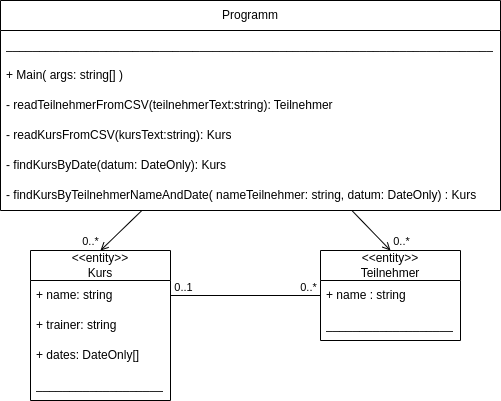
starwit-trainings/csharp-basics keeps this draw.io diagram as imgs/OO-concepts-kursmanager.drawio.png. Above is the earlier version. Source tidied: cells renumbered, new cells last; positions are measured from the earlier drawing's top-left corner, leaving out a move shared by most shapes.
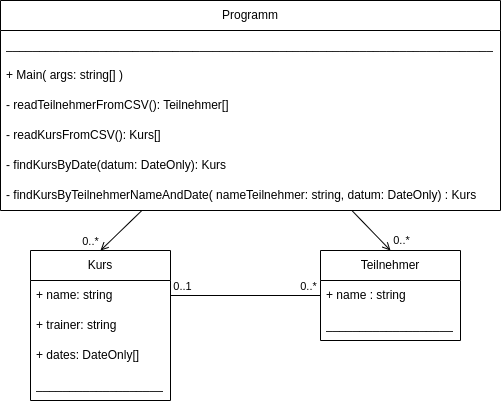
Above is the later version.

What changed in the source:
```diff
@@ -2,7 +2,7 @@
   <root>
     <mxCell id="0" />
     <mxCell id="1" parent="0" />
-    <mxCell id="2" value="&amp;lt;&amp;lt;entity&amp;gt;&amp;gt;&lt;br&gt;Teilnehmer" style="swimlane;fontStyle=0;horizontal=1;startSize=30;whiteSpace=wrap;html=1;" parent="1" vertex="1">
+    <mxCell id="2" value="Teilnehmer" style="swimlane;fontStyle=0;horizontal=1;startSize=30;whiteSpace=wrap;html=1;" parent="1" vertex="1">
       <mxGeometry x="320" y="250" width="140" height="90" as="geometry" />
     </mxCell>
     <mxCell id="3" value="+ name : string" style="text;strokeColor=none;fillColor=none;align=left;verticalAlign=middle;spacingLeft=4;spacingRight=4;overflow=hidden;points=[[0,0.5],[1,0.5]];portConstraint=eastwest;whiteSpace=wrap;html=1;" parent="2" vertex="1">
@@ -11,7 +11,7 @@
     <mxCell id="4" value="___________________" style="text;strokeColor=none;fillColor=none;align=left;verticalAlign=middle;spacingLeft=4;spacingRight=4;overflow=hidden;whiteSpace=wrap;html=1;" parent="2" vertex="1">
       <mxGeometry y="60" width="140" height="30" as="geometry" />
     </mxCell>
-    <mxCell id="5" value="&amp;lt;&amp;lt;entity&amp;gt;&amp;gt;&lt;br&gt;Kurs" style="swimlane;fontStyle=0;horizontal=1;startSize=30;whiteSpace=wrap;html=1;" parent="1" vertex="1">
+    <mxCell id="5" value="Kurs" style="swimlane;fontStyle=0;horizontal=1;startSize=30;whiteSpace=wrap;html=1;" parent="1" vertex="1">
       <mxGeometry x="30" y="250" width="140" height="150" as="geometry" />
     </mxCell>
     <mxCell id="6" value="+ name: string" style="text;strokeColor=none;fillColor=none;align=left;verticalAlign=middle;spacingLeft=4;spacingRight=4;overflow=hidden;points=[[0,0.5],[1,0.5]];portConstraint=eastwest;whiteSpace=wrap;html=1;" parent="5" vertex="1">
@@ -64,10 +64,10 @@
     <mxCell id="19" value="+ Main( args: string[] )" style="text;strokeColor=none;fillColor=none;align=left;verticalAlign=middle;spacingLeft=4;spacingRight=4;overflow=hidden;whiteSpace=wrap;html=1;" parent="17" vertex="1">
       <mxGeometry y="60" width="500" height="30" as="geometry" />
     </mxCell>
-    <mxCell id="20" value="- readTeilnehmerFromCSV(teilnehmerText:string): Teilnehmer" style="text;strokeColor=none;fillColor=none;align=left;verticalAlign=middle;spacingLeft=4;spacingRight=4;overflow=hidden;whiteSpace=wrap;html=1;" parent="17" vertex="1">
+    <mxCell id="20" value="- readTeilnehmerFromCSV(): Teilnehmer[]" style="text;strokeColor=none;fillColor=none;align=left;verticalAlign=middle;spacingLeft=4;spacingRight=4;overflow=hidden;whiteSpace=wrap;html=1;" parent="17" vertex="1">
       <mxGeometry y="90" width="500" height="30" as="geometry" />
     </mxCell>
-    <mxCell id="21" value="- readKursFromCSV(kursText:string): Kurs" style="text;strokeColor=none;fillColor=none;align=left;verticalAlign=middle;spacingLeft=4;spacingRight=4;overflow=hidden;whiteSpace=wrap;html=1;" parent="17" vertex="1">
+    <mxCell id="21" value="- readKursFromCSV(): Kurs[]" style="text;strokeColor=none;fillColor=none;align=left;verticalAlign=middle;spacingLeft=4;spacingRight=4;overflow=hidden;whiteSpace=wrap;html=1;" parent="17" vertex="1">
       <mxGeometry y="120" width="500" height="30" as="geometry" />
     </mxCell>
     <mxCell id="22" value="- findKursByDate(datum: DateOnly): Kurs" style="text;strokeColor=none;fillColor=none;align=left;verticalAlign=middle;spacingLeft=4;spacingRight=4;overflow=hidden;whiteSpace=wrap;html=1;" parent="17" vertex="1">
```
